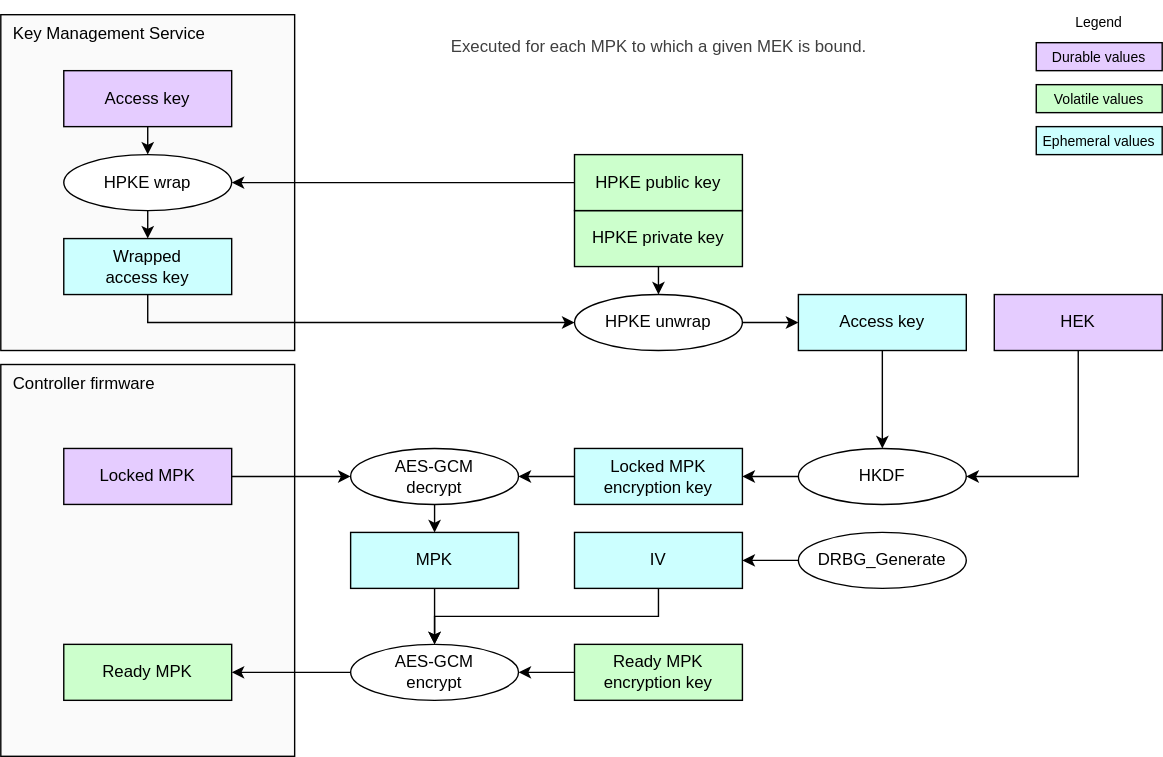
This is doc/ocp_lock/diagrams/mpk_ready.drawio.svg from chipsalliance/Caliptra, a draw.io export, as it was before one commit. Source tidied: cells renumbered, new cells last; positions are measured from the earlier drawing's top-left corner, leaving out a move shared by most shapes.
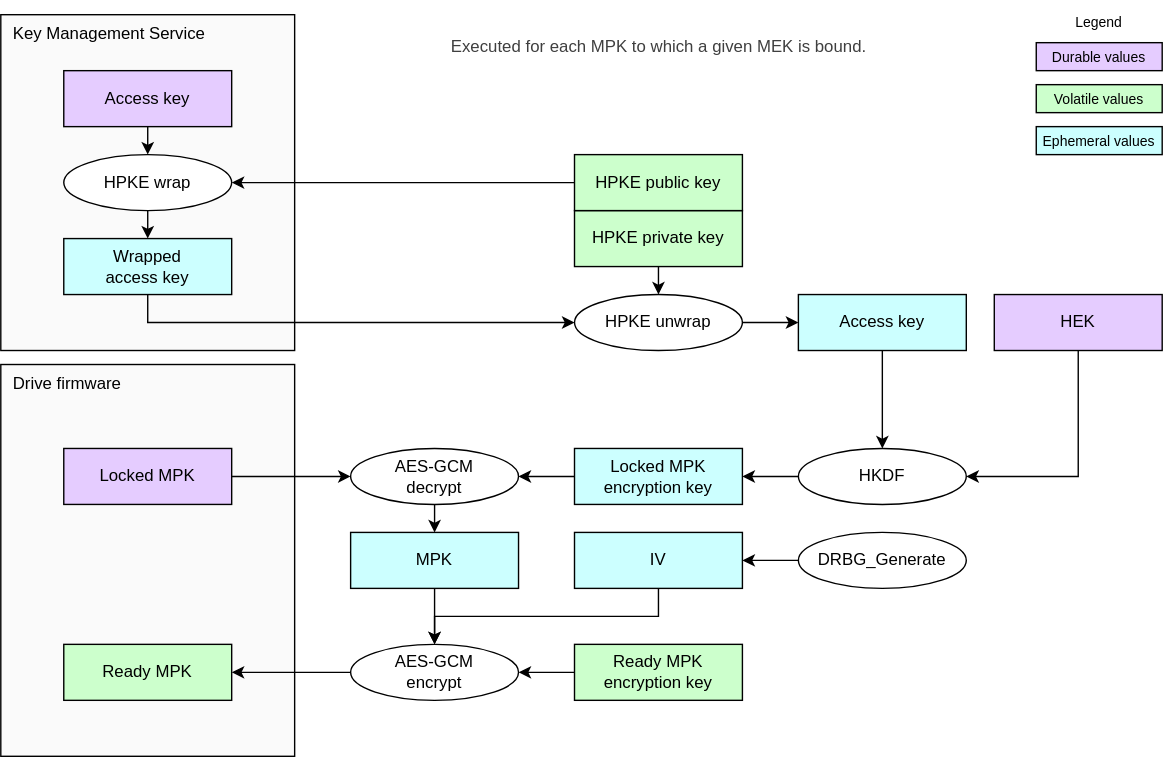
After the commit.

What changed in the source:
```diff
@@ -2,7 +2,7 @@
   <root>
     <mxCell id="0" />
     <mxCell id="1" parent="0" />
-    <mxCell id="2" value="Controller firmware" style="rounded=0;whiteSpace=wrap;html=1;fillColor=#FAFAFA;strokeColor=#000000;align=left;verticalAlign=top;spacingLeft=7;" parent="1" vertex="1">
+    <mxCell id="2" value="Drive firmware" style="rounded=0;whiteSpace=wrap;html=1;fillColor=#FAFAFA;strokeColor=#000000;align=left;verticalAlign=top;spacingLeft=7;" parent="1" vertex="1">
       <mxGeometry y="260" width="210" height="280" as="geometry" />
     </mxCell>
     <mxCell id="3" value="Key Management Service" style="rounded=0;whiteSpace=wrap;html=1;fillColor=#FAFAFA;strokeColor=#000000;align=left;verticalAlign=top;spacingLeft=7;" parent="1" vertex="1">
```
